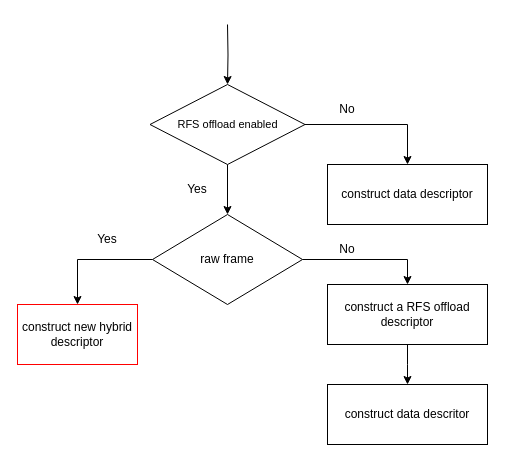
This is new_FD_driver.drawio from LuyaoZhong/Figures, a draw.io file, before an edit. Source tidied: cells renumbered, new cells numbered last; positions are measured from the earlier drawing's top-left corner, leaving out a move shared by most shapes. Both pictures are drawn from the tidied source at 100%, with x=0, y=0 at pixel (17, 24).
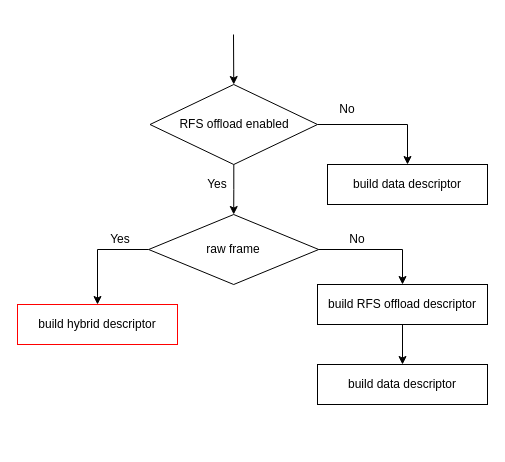
After the change.

The edit, as a diff of the source:
```diff
@@
 <mxGraphModel>
   <root>
     <mxCell id="0" />
     <mxCell id="1" parent="0" />
     <mxCell id="2" style="edgeStyle=orthogonalEdgeStyle;rounded=0;jettySize=auto;html=1;entryX=0.5;entryY=0;entryDx=0;entryDy=0;" parent="1" edge="1" source="4" target="7">
       <mxGeometry relative="1" as="geometry" />
     </mxCell>
     <mxCell id="3" style="edgeStyle=orthogonalEdgeStyle;rounded=0;jettySize=auto;html=1;exitX=1;exitY=0.5;exitDx=0;exitDy=0;entryX=0.5;entryY=0;entryDx=0;entryDy=0;fontSize=11;" parent="1" edge="1" source="4" target="17">
       <mxGeometry relative="1" as="geometry" />
     </mxCell>
-    <mxCell id="4" value="RFS offload enabled" style="rhombus;whiteSpace=wrap;html=1;fontSize=11;" parent="1" vertex="1">
-      <mxGeometry x="132.5" y="60" width="155" height="80" as="geometry" />
+    <mxCell id="4" value="RFS offload enabled" style="rhombus;whiteSpace=wrap;html=1;fontSize=12;" parent="1" vertex="1">
+      <mxGeometry x="132.5" y="60" width="167.5" height="80" as="geometry" />
     </mxCell>
     <mxCell id="5" style="edgeStyle=orthogonalEdgeStyle;rounded=0;jettySize=auto;html=1;exitX=0;exitY=0.5;exitDx=0;exitDy=0;entryX=0.5;entryY=0;entryDx=0;entryDy=0;" parent="1" edge="1" source="7" target="9">
       <mxGeometry relative="1" as="geometry" />
     </mxCell>
     <mxCell id="6" style="edgeStyle=orthogonalEdgeStyle;rounded=0;jettySize=auto;html=1;exitX=1;exitY=0.5;exitDx=0;exitDy=0;entryX=0.5;entryY=0;entryDx=0;entryDy=0;" parent="1" edge="1" source="7" target="11">
       <mxGeometry relative="1" as="geometry" />
     </mxCell>
-    <mxCell id="7" value="raw frame" style="rhombus;whiteSpace=wrap;html=1;" parent="1" vertex="1">
-      <mxGeometry x="135" y="190" width="150" height="90" as="geometry" />
+    <mxCell id="7" value="raw frame" style="rhombus;whiteSpace=wrap;html=1;fontSize=12;" parent="1" vertex="1">
+      <mxGeometry x="131.2" y="190" width="170" height="70" as="geometry" />
     </mxCell>
-    <mxCell id="8" style="edgeStyle=orthogonalEdgeStyle;rounded=0;jettySize=auto;html=1;entryX=0.5;entryY=0;entryDx=0;entryDy=0;" parent="1" edge="1" target="4">
-      <mxGeometry relative="1" as="geometry">
-        <mxPoint x="210" as="sourcePoint" />
-      </mxGeometry>
-    </mxCell>
-    <mxCell id="9" value="construct new hybrid descriptor" style="rounded=0;whiteSpace=wrap;html=1;strokeColor=#FF0000;" parent="1" vertex="1">
-      <mxGeometry y="280" width="120" height="60" as="geometry" />
+    <mxCell id="9" value="build hybrid descriptor" style="rounded=0;whiteSpace=wrap;html=1;strokeColor=#FF0000;fontSize=12;" parent="1" vertex="1">
+      <mxGeometry y="280" width="160" height="40" as="geometry" />
     </mxCell>
-    <mxCell id="10" style="edgeStyle=orthogonalEdgeStyle;rounded=0;jettySize=auto;html=1;" parent="1" edge="1" source="11">
-      <mxGeometry relative="1" as="geometry">
-        <mxPoint x="390" y="360" as="targetPoint" />
-      </mxGeometry>
+    <mxCell id="10" style="edgeStyle=orthogonalEdgeStyle;rounded=0;jettySize=auto;html=1;entryX=0.5;entryY=0;entryDx=0;entryDy=0;" parent="1" edge="1" source="11" target="12">
+      <mxGeometry relative="1" as="geometry" />
     </mxCell>
-    <mxCell id="11" value="construct a RFS offload descriptor" style="rounded=0;whiteSpace=wrap;html=1;" parent="1" vertex="1">
-      <mxGeometry x="310" y="260" width="160" height="60" as="geometry" />
+    <mxCell id="11" value="&lt;font style=&quot;font-size: 12px&quot;&gt;build RFS offload descriptor&lt;/font&gt;" style="rounded=0;whiteSpace=wrap;html=1;fontSize=12;" parent="1" vertex="1">
+      <mxGeometry x="300" y="260" width="170" height="40" as="geometry" />
     </mxCell>
-    <mxCell id="12" value="construct data descritor" style="rounded=0;whiteSpace=wrap;html=1;" parent="1" vertex="1">
-      <mxGeometry x="310" y="360" width="160" height="60" as="geometry" />
+    <mxCell id="12" value="build data descriptor" style="rounded=0;whiteSpace=wrap;html=1;fontSize=12;" parent="1" vertex="1">
+      <mxGeometry x="300" y="340" width="170" height="40" as="geometry" />
     </mxCell>
     <mxCell id="13" value="No" style="text;html=1;strokeColor=none;fillColor=none;align=center;verticalAlign=middle;whiteSpace=wrap;rounded=0;" parent="1" vertex="1">
       <mxGeometry x="300" y="70" width="60" height="30" as="geometry" />
     </mxCell>
     <mxCell id="14" value="Yes" style="text;html=1;strokeColor=none;fillColor=none;align=center;verticalAlign=middle;whiteSpace=wrap;rounded=0;" parent="1" vertex="1">
-      <mxGeometry x="150" y="150" width="60" height="30" as="geometry" />
+      <mxGeometry x="170" y="145" width="60" height="30" as="geometry" />
     </mxCell>
     <mxCell id="15" value="Yes" style="text;html=1;strokeColor=none;fillColor=none;align=center;verticalAlign=middle;whiteSpace=wrap;rounded=0;" parent="1" vertex="1">
-      <mxGeometry x="60" y="200" width="60" height="30" as="geometry" />
+      <mxGeometry x="72.5" y="200" width="60" height="30" as="geometry" />
     </mxCell>
     <mxCell id="16" value="No" style="text;html=1;strokeColor=none;fillColor=none;align=center;verticalAlign=middle;whiteSpace=wrap;rounded=0;" parent="1" vertex="1">
-      <mxGeometry x="300" y="210" width="60" height="30" as="geometry" />
+      <mxGeometry x="310" y="200" width="60" height="30" as="geometry" />
     </mxCell>
-    <mxCell id="17" value="construct data descriptor" style="rounded=0;whiteSpace=wrap;html=1;" parent="1" vertex="1">
-      <mxGeometry x="310" y="140" width="160" height="60" as="geometry" />
+    <mxCell id="17" value="build data descriptor" style="rounded=0;whiteSpace=wrap;html=1;fontSize=12;" parent="1" vertex="1">
+      <mxGeometry x="310" y="140" width="160" height="40" as="geometry" />
     </mxCell>
+    <mxCell id="18" style="endArrow=classic;html=1;rounded=0;fontSize=12;entryX=0.5;entryY=0;entryDx=0;entryDy=0;" parent="1" edge="1" target="4">
+      <mxGeometry relative="1" as="geometry">
+        <mxPoint x="216" y="10" as="sourcePoint" />
+      </mxGeometry>
+    </mxCell>
   </root>
 </mxGraphModel>
```
